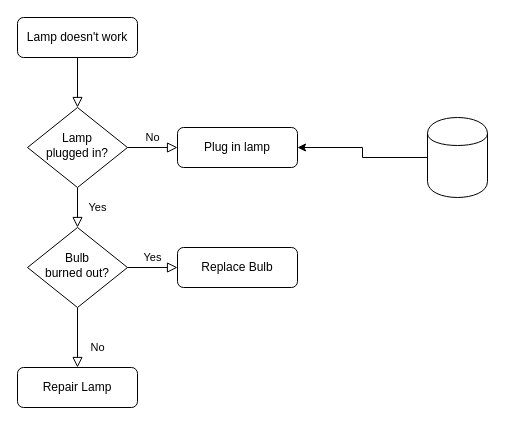
Above: Untitled Diagram.drawio in nottmoo/moodle (draw.io), before the change. Source tidied: cells renumbered, new cells numbered last; positions are measured from the earlier drawing's top-left corner, leaving out a move shared by most shapes. Both pictures are drawn from the tidied source at 100%, with x=0, y=0 at pixel (17, 17).
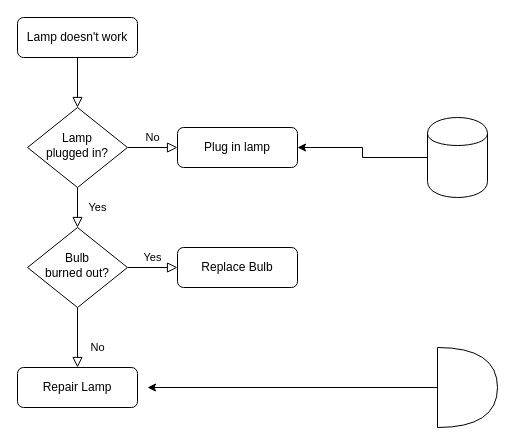
After the change.

The edit, as a diff of the source:
```diff
@@
 <mxGraphModel>
   <root>
     <mxCell id="0" />
     <mxCell id="1" parent="0" />
     <mxCell id="2" style="rounded=0;html=1;jettySize=auto;fontSize=11;endArrow=block;endFill=0;endSize=8;strokeWidth=1;shadow=0;labelBackgroundColor=none;edgeStyle=orthogonalEdgeStyle;" parent="1" edge="1" source="3" target="6">
       <mxGeometry relative="1" as="geometry" />
     </mxCell>
     <mxCell id="3" value="Lamp doesn't work" style="rounded=1;whiteSpace=wrap;html=1;fontSize=12;glass=0;strokeWidth=1;shadow=0;" parent="1" vertex="1">
       <mxGeometry width="120" height="40" as="geometry" />
     </mxCell>
     <mxCell id="4" value="Yes" style="rounded=0;html=1;jettySize=auto;fontSize=11;endArrow=block;endFill=0;endSize=8;strokeWidth=1;shadow=0;labelBackgroundColor=none;edgeStyle=orthogonalEdgeStyle;" parent="1" edge="1" source="6" target="10">
       <mxGeometry y="20" relative="1" as="geometry" />
     </mxCell>
     <mxCell id="5" value="No" style="edgeStyle=orthogonalEdgeStyle;rounded=0;html=1;jettySize=auto;fontSize=11;endArrow=block;endFill=0;endSize=8;strokeWidth=1;shadow=0;labelBackgroundColor=none;" parent="1" edge="1" source="6" target="7">
       <mxGeometry y="10" relative="1" as="geometry" />
     </mxCell>
     <mxCell id="6" value="Lamp&lt;br&gt;plugged in?" style="rhombus;whiteSpace=wrap;html=1;shadow=0;fontFamily=Helvetica;fontSize=12;align=center;strokeWidth=1;spacing=6;spacingTop=-4;" parent="1" vertex="1">
       <mxGeometry x="10" y="90" width="100" height="80" as="geometry" />
     </mxCell>
     <mxCell id="7" value="Plug in lamp" style="rounded=1;whiteSpace=wrap;html=1;fontSize=12;glass=0;strokeWidth=1;shadow=0;" parent="1" vertex="1">
       <mxGeometry x="160" y="110" width="120" height="40" as="geometry" />
     </mxCell>
     <mxCell id="8" value="No" style="rounded=0;html=1;jettySize=auto;fontSize=11;endArrow=block;endFill=0;endSize=8;strokeWidth=1;shadow=0;labelBackgroundColor=none;edgeStyle=orthogonalEdgeStyle;" parent="1" edge="1" source="10" target="11">
       <mxGeometry x="0.33" y="20" relative="1" as="geometry" />
     </mxCell>
     <mxCell id="9" value="Yes" style="edgeStyle=orthogonalEdgeStyle;rounded=0;html=1;jettySize=auto;fontSize=11;endArrow=block;endFill=0;endSize=8;strokeWidth=1;shadow=0;labelBackgroundColor=none;" parent="1" edge="1" source="10" target="12">
       <mxGeometry y="10" relative="1" as="geometry" />
     </mxCell>
     <mxCell id="10" value="Bulb&lt;br&gt;burned out?" style="rhombus;whiteSpace=wrap;html=1;shadow=0;fontFamily=Helvetica;fontSize=12;align=center;strokeWidth=1;spacing=6;spacingTop=-4;" parent="1" vertex="1">
       <mxGeometry x="10" y="210" width="100" height="80" as="geometry" />
     </mxCell>
     <mxCell id="11" value="Repair Lamp" style="rounded=1;whiteSpace=wrap;html=1;fontSize=12;glass=0;strokeWidth=1;shadow=0;" parent="1" vertex="1">
       <mxGeometry y="350" width="120" height="40" as="geometry" />
     </mxCell>
     <mxCell id="12" value="Replace Bulb" style="rounded=1;whiteSpace=wrap;html=1;fontSize=12;glass=0;strokeWidth=1;shadow=0;" parent="1" vertex="1">
       <mxGeometry x="160" y="230" width="120" height="40" as="geometry" />
     </mxCell>
     <mxCell id="13" style="edgeStyle=orthogonalEdgeStyle;rounded=0;jettySize=auto;html=1;" parent="1" edge="1" source="14" target="7">
       <mxGeometry relative="1" as="geometry" />
     </mxCell>
     <mxCell id="14" style="shape=cylinder;whiteSpace=wrap;html=1;boundedLbl=1;backgroundOutline=1;" parent="1" vertex="1">
       <mxGeometry x="410" y="100" width="60" height="80" as="geometry" />
     </mxCell>
+    <mxCell id="15" style="edgeStyle=orthogonalEdgeStyle;rounded=0;jettySize=auto;html=1;" parent="1" edge="1" source="16">
+      <mxGeometry relative="1" as="geometry">
+        <mxPoint x="130" y="370" as="targetPoint" />
+      </mxGeometry>
+    </mxCell>
+    <mxCell id="16" style="shape=or;whiteSpace=wrap;html=1;" parent="1" vertex="1">
+      <mxGeometry x="420" y="330" width="60" height="80" as="geometry" />
+    </mxCell>
   </root>
 </mxGraphModel>
```
